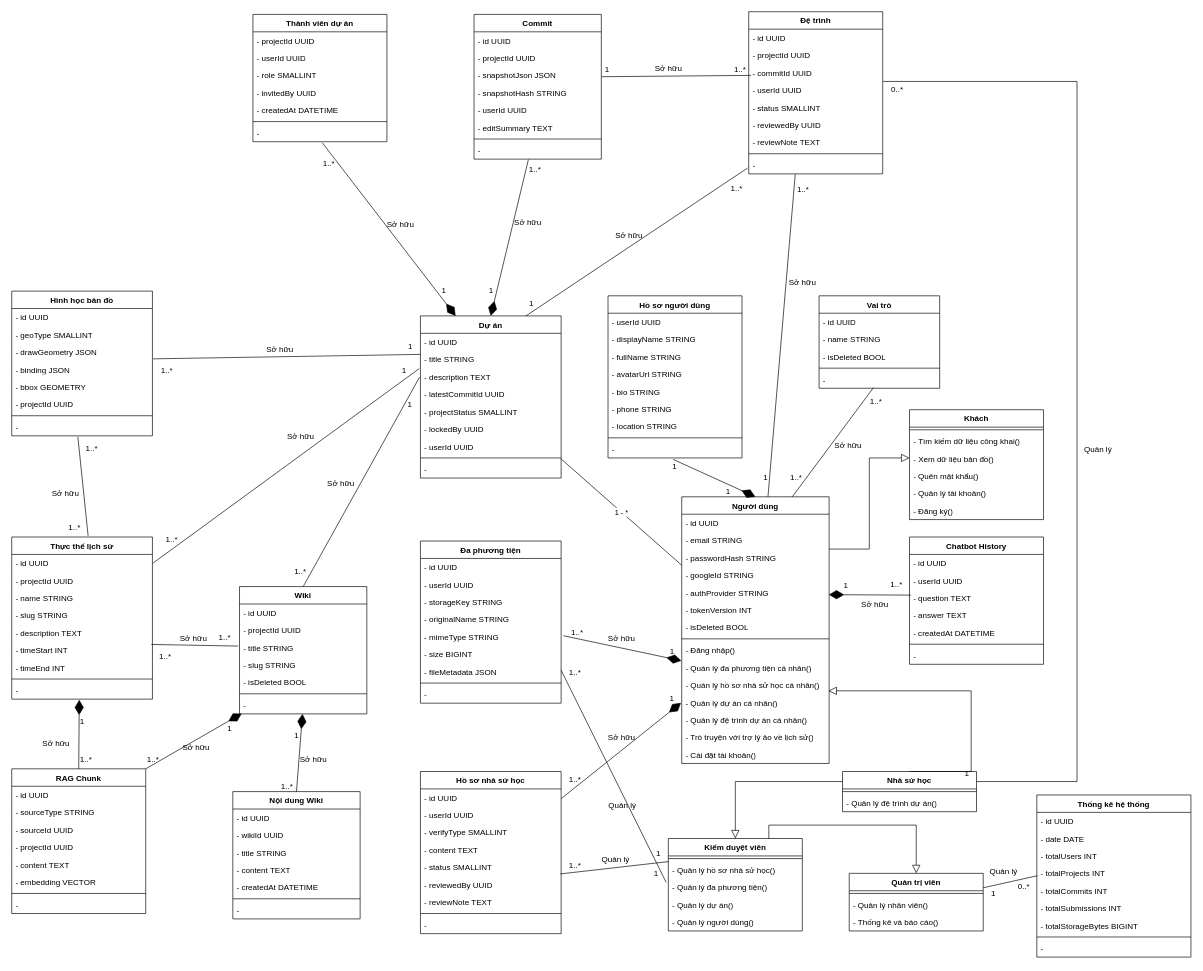
Above: page "ClassDiagram" (4 of 6) of FinalProject.drawio in Pregnant-Guild/history-api (draw.io), before the change. Source tidied: cells renumbered, new cells numbered last; positions are measured from the earlier drawing's top-left corner, leaving out a move shared by most shapes. Both pictures are drawn from the tidied source at 67%, with x=0, y=0 at pixel (11, 11).
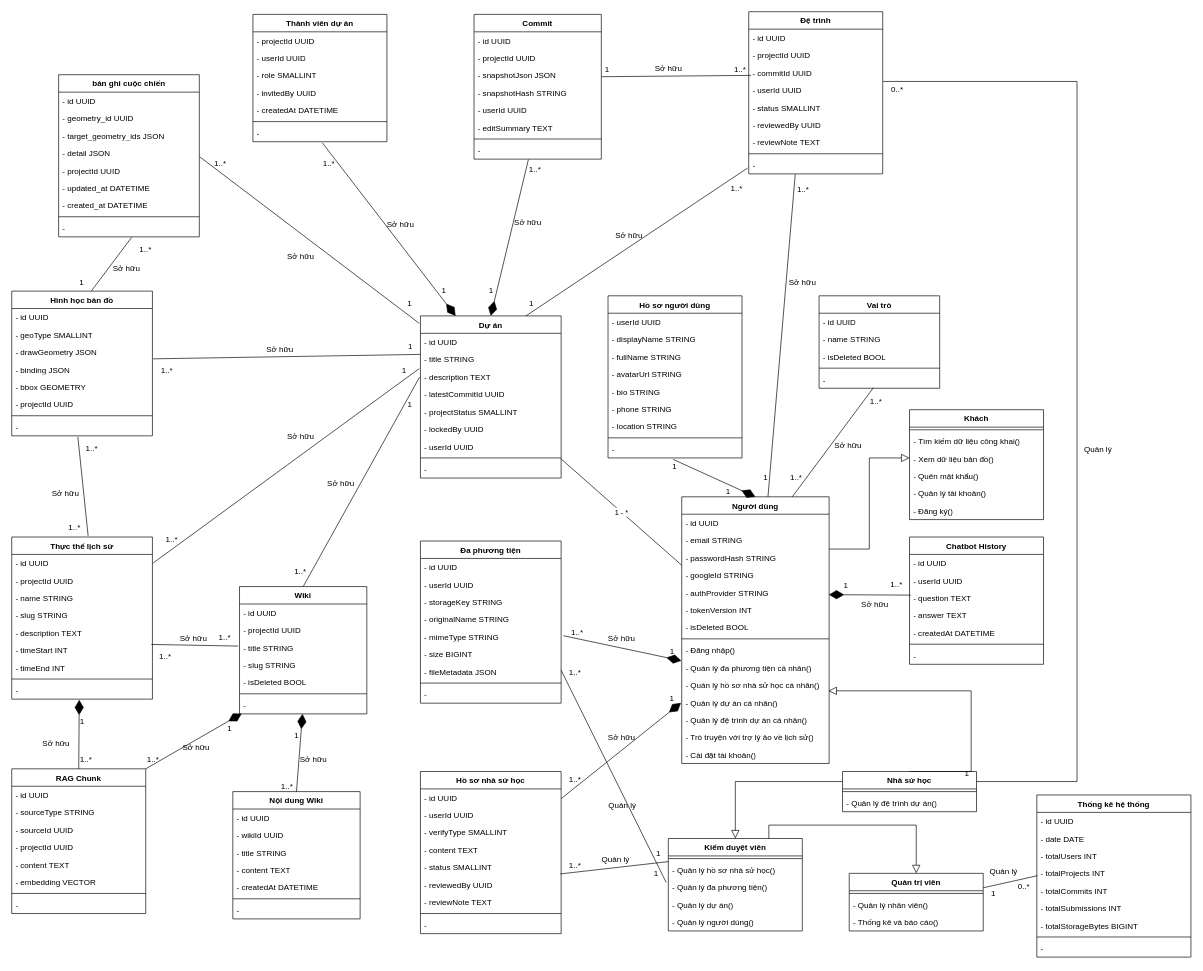
The same diagram, later.

The change refers to these unchanged cells:
```xml
<mxCell id="54" value="Dự án" style="swimlane;fontStyle=1;align=center;verticalAlign=top;horizontal=1;startSize=26;whiteSpace=wrap;html=1;" parent="1" vertex="1">
  <mxGeometry x="610" y="454" width="210" height="242" as="geometry" />
</mxCell>
<mxCell id="101" value="Hình học bản đồ" style="swimlane;fontStyle=1;align=center;verticalAlign=top;horizontal=1;startSize=26;whiteSpace=wrap;html=1;" parent="1" vertex="1">
  <mxGeometry y="417" width="210" height="216" as="geometry" />
</mxCell>
```

The edit, as a diff of the source:
```diff
@@
+    <mxCell id="265" value="bản ghi cuộc chiến" style="swimlane;fontStyle=1;align=center;verticalAlign=top;horizontal=1;startSize=26;whiteSpace=wrap;html=1;" parent="1" vertex="1">
+      <mxGeometry x="70" y="94" width="210" height="242" as="geometry" />
+    </mxCell>
+    <mxCell id="266" value="- id UUID" style="text;strokeColor=none;fillColor=none;align=left;verticalAlign=top;spacingLeft=4;spacingRight=4;overflow=hidden;whiteSpace=wrap;html=1;" parent="265" vertex="1">
+      <mxGeometry y="26" width="210" height="26" as="geometry" />
+    </mxCell>
+    <mxCell id="267" value="- geometry_id UUID" style="text;strokeColor=none;fillColor=none;align=left;verticalAlign=top;spacingLeft=4;spacingRight=4;overflow=hidden;whiteSpace=wrap;html=1;" parent="265" vertex="1">
+      <mxGeometry y="52" width="210" height="26" as="geometry" />
+    </mxCell>
+    <mxCell id="268" value="-&amp;nbsp;&lt;span style=&quot;white-space: nowrap;&quot;&gt;target_geometry_ids&lt;/span&gt;&amp;nbsp;JSON" style="text;strokeColor=none;fillColor=none;align=left;verticalAlign=top;spacingLeft=4;spacingRight=4;overflow=hidden;whiteSpace=wrap;html=1;" parent="265" vertex="1">
+      <mxGeometry y="78" width="210" height="26" as="geometry" />
+    </mxCell>
+    <mxCell id="269" value="-&amp;nbsp;&lt;span style=&quot;white-space: nowrap;&quot;&gt;detail&amp;nbsp;&lt;/span&gt;JSON" style="text;strokeColor=none;fillColor=none;align=left;verticalAlign=top;spacingLeft=4;spacingRight=4;overflow=hidden;points=[];portConstraint=eastwest;whiteSpace=wrap;html=1;" parent="265" vertex="1">
+      <mxGeometry y="104" width="210" height="26" as="geometry" />
+    </mxCell>
+    <mxCell id="270" value="- projectId UUID" style="text;strokeColor=none;fillColor=none;align=left;verticalAlign=top;spacingLeft=4;spacingRight=4;overflow=hidden;whiteSpace=wrap;html=1;" parent="265" vertex="1">
+      <mxGeometry y="130" width="210" height="26" as="geometry" />
+    </mxCell>
+    <mxCell id="271" value="- updated_at DATETIME" style="text;strokeColor=none;fillColor=none;align=left;verticalAlign=top;spacingLeft=4;spacingRight=4;overflow=hidden;whiteSpace=wrap;html=1;" parent="265" vertex="1">
+      <mxGeometry y="156" width="210" height="26" as="geometry" />
+    </mxCell>
+    <mxCell id="272" value="- created_at DATETIME" style="text;strokeColor=none;fillColor=none;align=left;verticalAlign=top;spacingLeft=4;spacingRight=4;overflow=hidden;whiteSpace=wrap;html=1;" parent="265" vertex="1">
+      <mxGeometry y="182" width="210" height="26" as="geometry" />
+    </mxCell>
+    <mxCell id="273" style="line;strokeWidth=1;fillColor=none;align=left;verticalAlign=middle;spacingTop=-1;spacingLeft=3;spacingRight=3;labelPosition=right;html=1;" parent="265" vertex="1">
+      <mxGeometry y="208" width="210" height="8" as="geometry" />
+    </mxCell>
+    <mxCell id="274" value="-" style="text;strokeColor=none;fillColor=none;align=left;verticalAlign=top;spacingLeft=4;spacingRight=4;overflow=hidden;points=[];portConstraint=eastwest;whiteSpace=wrap;html=1;" parent="265" vertex="1">
+      <mxGeometry y="216" width="210" height="26" as="geometry" />
+    </mxCell>
+    <mxCell id="275" style="endArrow=none;shadow=0;strokeWidth=1;rounded=0;endFill=0;exitX=1.002;exitY=0.708;exitDx=0;exitDy=0;entryX=-0.008;entryY=0.046;entryDx=0;entryDy=0;exitPerimeter=0;entryPerimeter=0;" parent="1" edge="1" source="269" target="54">
+      <mxGeometry x="0.5" y="41" relative="1" as="geometry">
+        <mxPoint x="-40" y="32" as="offset" />
+      </mxGeometry>
+    </mxCell>
+    <mxCell id="276" value="1..*" style="align=left;verticalAlign=bottom;labelBackgroundColor=none;fontSize=12;" parent="275" vertex="1">
+      <mxGeometry x="-1" relative="1" as="geometry">
+        <mxPoint x="20" y="18" as="offset" />
+      </mxGeometry>
+    </mxCell>
+    <mxCell id="277" value="1" style="align=right;verticalAlign=bottom;labelBackgroundColor=none;fontSize=12;" parent="275" vertex="1">
+      <mxGeometry x="1" relative="1" as="geometry">
+        <mxPoint x="-10" y="-21" as="offset" />
+      </mxGeometry>
+    </mxCell>
+    <mxCell id="278" value="Sở hữu" style="text;html=1;align=center;verticalAlign=middle;labelBackgroundColor=none;rounded=0;shadow=0;strokeWidth=1;fontSize=12;" parent="275" vertex="1">
+      <mxGeometry x="0.5" y="49" relative="1" as="geometry">
+        <mxPoint x="-126" as="offset" />
+      </mxGeometry>
+    </mxCell>
+    <mxCell id="279" style="endArrow=none;shadow=0;strokeWidth=1;rounded=0;endFill=0;exitX=0.519;exitY=1.027;exitDx=0;exitDy=0;entryX=0.567;entryY=-0.002;entryDx=0;entryDy=0;exitPerimeter=0;entryPerimeter=0;" parent="1" edge="1" source="274" target="101">
+      <mxGeometry x="0.5" y="41" relative="1" as="geometry">
+        <mxPoint x="-40" y="32" as="offset" />
+      </mxGeometry>
+    </mxCell>
+    <mxCell id="280" value="1..*" style="align=left;verticalAlign=bottom;labelBackgroundColor=none;fontSize=12;" parent="279" vertex="1">
+      <mxGeometry x="-1" relative="1" as="geometry">
+        <mxPoint x="10" y="26" as="offset" />
+      </mxGeometry>
+    </mxCell>
+    <mxCell id="281" value="1" style="align=right;verticalAlign=bottom;labelBackgroundColor=none;fontSize=12;" parent="279" vertex="1">
+      <mxGeometry x="1" relative="1" as="geometry">
+        <mxPoint x="-10" y="-4" as="offset" />
+      </mxGeometry>
+    </mxCell>
+    <mxCell id="282" value="Sở hữu" style="text;html=1;align=center;verticalAlign=middle;labelBackgroundColor=none;rounded=0;shadow=0;strokeWidth=1;fontSize=12;" parent="279" vertex="1">
+      <mxGeometry x="0.5" y="49" relative="1" as="geometry">
+        <mxPoint x="-3" y="-43" as="offset" />
+      </mxGeometry>
+    </mxCell>
```
